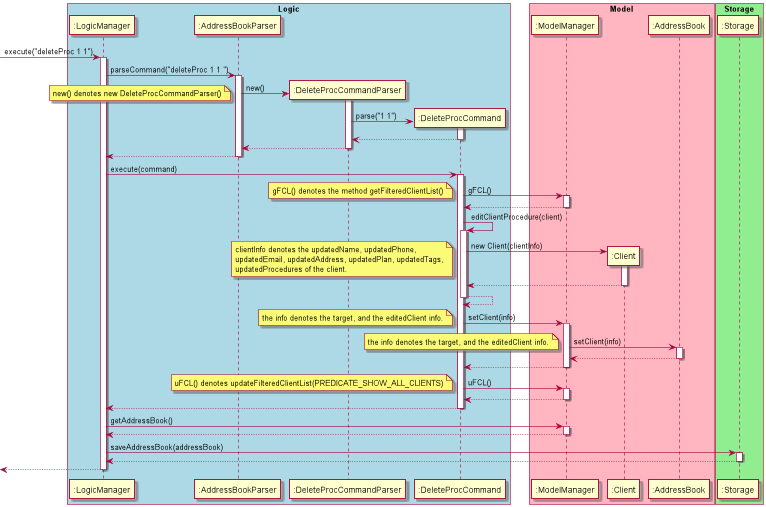
Above: docs/images/DeleteProcSequenceDiagram.png in robinrojh/tp (PlantUML), before the change.
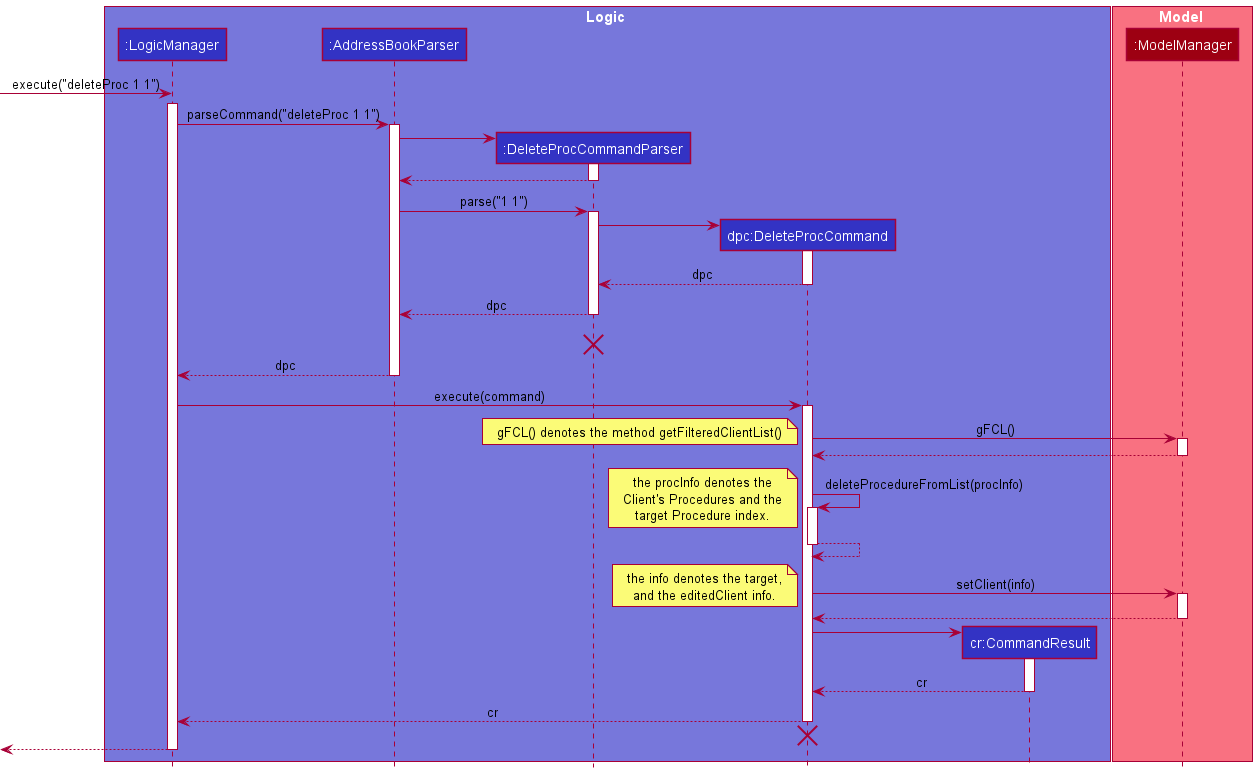
The same file after the commit.

The edit, as a diff of the source:
```diff
@@ -1,93 +1,100 @@
 @startuml
+!include style.puml
+!define LOGIC_COLOR_T1 #7777DB
 
-box "Logic" #LightBlue
--> ":LogicManager" : execute("deleteProc 1 1")
-activate ":LogicManager"
+box Logic LOGIC_COLOR_T1
+participant ":LogicManager" as LogicManager LOGIC_COLOR
+participant ":AddressBookParser" as AddressBookParser LOGIC_COLOR
+participant ":DeleteProcCommandParser" as DeleteProcCommandParser LOGIC_COLOR
+participant "dpc:DeleteProcCommand" as DeleteProcCommand LOGIC_COLOR
+participant "cr:CommandResult" as CommandResult LOGIC_COLOR
+end box
 
-":LogicManager" -> ":AddressBookParser" : parseCommand("deleteProc 1 1 ")
-activate ":AddressBookParser"
+box Model MODEL_COLOR_T1
+participant ":ModelManager" as ModelManager MODEL_COLOR
+end box
 
-create ":DeleteProcCommandParser"
-":AddressBookParser" -> ":DeleteProcCommandParser" : new()
-activate ":DeleteProcCommandParser"
-note left
-    new() denotes new DeleteProcCommandParser()
-end note
-create ":DeleteProcCommand"
-":DeleteProcCommandParser" -> ":DeleteProcCommand" : parse("1 1")
-activate ":DeleteProcCommand"
+create LogicManager
+-> LogicManager : execute("deleteProc 1 1")
+activate LogicManager
 
-":DeleteProcCommand" --> ":DeleteProcCommandParser"
-deactivate ":DeleteProcCommand"
-":DeleteProcCommandParser" --> ":AddressBookParser"
-deactivate ":DeleteProcCommandParser"
-":AddressBookParser" --> ":LogicManager"
-deactivate ":AddressBookParser"
-endbox
+LogicManager -> AddressBookParser : parseCommand("deleteProc 1 1")
+activate AddressBookParser
 
-box "Model" #LightPink
-":LogicManager" -> ":DeleteProcCommand" : execute(command)
-activate ":DeleteProcCommand"
-":DeleteProcCommand" -> ":ModelManager" : gFCL()
-activate ":ModelManager"
+create DeleteProcCommandParser
+AddressBookParser -> DeleteProcCommandParser
+activate DeleteProcCommandParser
+DeleteProcCommandParser --> AddressBookParser
+deactivate DeleteProcCommandParser
+
+AddressBookParser -> DeleteProcCommandParser : parse("1 1")
+activate DeleteProcCommandParser
+create DeleteProcCommand
+DeleteProcCommandParser -> DeleteProcCommand
+activate DeleteProcCommand
+
+DeleteProcCommand --> DeleteProcCommandParser : dpc
+deactivate DeleteProcCommand
+
+DeleteProcCommandParser --> AddressBookParser : dpc
+deactivate DeleteProcCommandParser
+
+DeleteProcCommandParser -[hidden]-> AddressBookParser : dpc
+destroy DeleteProcCommandParser
+
+AddressBookParser --> LogicManager : dpc
+deactivate AddressBookParser
+
+LogicManager -> DeleteProcCommand : execute(command)
+activate DeleteProcCommand
+
+DeleteProcCommand -> ModelManager : gFCL()
+activate ModelManager
+
 note left
     gFCL() denotes the method getFilteredClientList()
 end note
-":ModelManager" --> ":DeleteProcCommand"
-deactivate ":ModelManager"
-":DeleteProcCommand" -> ":DeleteProcCommand" : editClientProcedure(client)
-activate ":DeleteProcCommand"
-create ":Client"
-":DeleteProcCommand" -> ":Client" : new Client(clientInfo)
-activate ":Client"
+
+ModelManager --> DeleteProcCommand
+deactivate ModelManager
+
+DeleteProcCommand -> DeleteProcCommand : deleteProcedureFromList(procInfo)
 note left
-    clientInfo denotes the updatedName, updatedPhone,
-    updatedEmail, updatedAddress, updatedPlan, updatedTags,
-    updatedProcedures of the client.
+    the procInfo denotes the
+    Client's Procedures and the
+    target Procedure index.
 end note
-":Client" --> ":DeleteProcCommand"
-deactivate ":Client"
-":DeleteProcCommand" --> ":DeleteProcCommand"
-deactivate ":DeleteProcCommand"
+activate DeleteProcCommand
 
-":DeleteProcCommand" -> ":ModelManager" : setClient(info)
+DeleteProcCommand --> DeleteProcCommand
+deactivate DeleteProcCommand
+
+
+DeleteProcCommand -> ModelManager : setClient(info)
+activate ModelManager
+
 note left
-    the info denotes the target, and the editedClient info.
+    the info denotes the target,
+    and the editedClient info.
 end note
-activate ":ModelManager"
-":ModelManager" -> ":AddressBook" : setClient(info)
-note left
-    the info denotes the target, and the editedClient info.
-end note
-activate ":AddressBook"
-":AddressBook" --> ":ModelManager"
-deactivate ":AddressBook"
-":ModelManager" --> ":DeleteProcCommand"
-deactivate ":ModelManager"
-endbox
 
-box "Storage" #LightGreen
-":DeleteProcCommand" -> ":ModelManager" : uFCL()
-activate ":ModelManager"
-note left
-    uFCL() denotes updateFilteredClientList(PREDICATE_SHOW_ALL_CLIENTS)
-end note
-":ModelManager" --> ":DeleteProcCommand"
-deactivate ":ModelManager"
-":DeleteProcCommand" --> ":LogicManager"
-deactivate ":DeleteProcCommand"
+ModelManager --> DeleteProcCommand
+deactivate ModelManager
 
-":LogicManager" -> ":ModelManager" : getAddressBook()
-activate ":ModelManager"
-":ModelManager" --> ":LogicManager"
-deactivate ":ModelManager"
+create CommandResult
+DeleteProcCommand -> CommandResult
+activate CommandResult
 
-":LogicManager" -> ":Storage" : saveAddressBook(addressBook)
-activate ":Storage"
-":Storage" --> ":LogicManager"
-deactivate ":Storage"
+CommandResult --> DeleteProcCommand : cr
+deactivate CommandResult
 
-<-- ":LogicManager"
-deactivate ":LogicManager"
-endbox
+DeleteProcCommand --> LogicManager : cr
+deactivate DeleteProcCommand
+
+DeleteProcCommand -[hidden]-> LogicManager
+destroy DeleteProcCommand
+
+<-- LogicManager
+deactivate LogicManager
+
 @enduml
```
